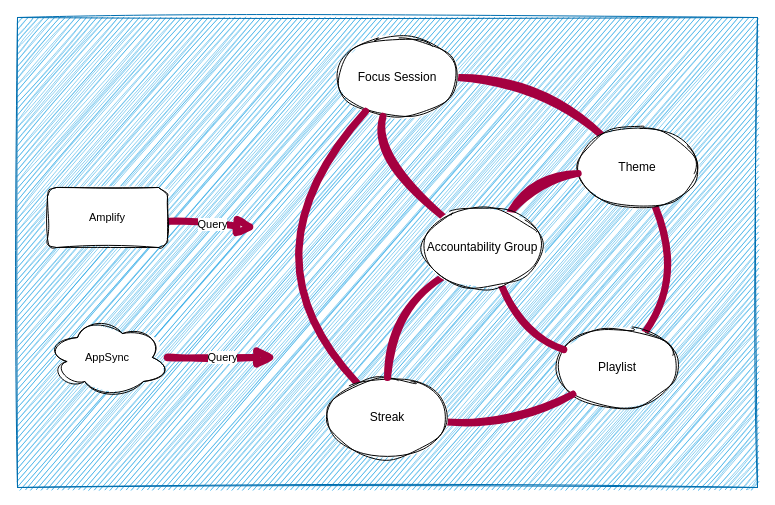
The draw.io diagram lab/focus-flow-schema.drawio in brfisher-neumont/graphql-lab, before the edit. Source tidied: cells renumbered, new cells numbered last; positions are measured from the earlier drawing's top-left corner, leaving out a move shared by most shapes. Both pictures are drawn from the tidied source at 100%, with x=0, y=0 at pixel (17, 17).
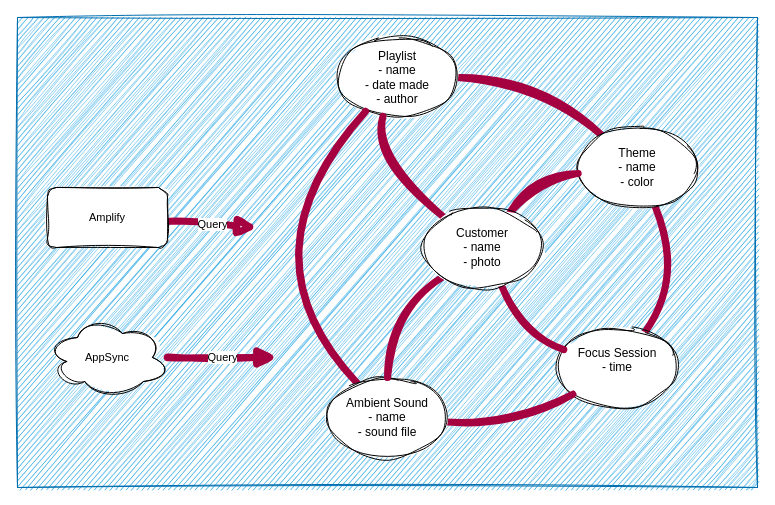
Above is the later version.

Change to the diagram source:
```diff
@@
-    <mxCell id="4" value="Focus Session" style="ellipse;whiteSpace=wrap;html=1;sketch=1;curveFitting=1;jiggle=2;" parent="1" vertex="1">
+    <mxCell id="4" value="Playlist&lt;div&gt;- name&lt;/div&gt;&lt;div&gt;- date made&lt;/div&gt;&lt;div&gt;- author&lt;/div&gt;" style="ellipse;whiteSpace=wrap;html=1;sketch=1;curveFitting=1;jiggle=2;" parent="1" vertex="1">
       <mxGeometry x="320" y="20" width="120" height="80" as="geometry" />
     </mxCell>
@@
-    <mxCell id="6" value="Theme" style="ellipse;whiteSpace=wrap;html=1;sketch=1;curveFitting=1;jiggle=2;" parent="1" vertex="1">
+    <mxCell id="6" value="Theme&lt;div&gt;- name&lt;/div&gt;&lt;div&gt;- color&lt;/div&gt;" style="ellipse;whiteSpace=wrap;html=1;sketch=1;curveFitting=1;jiggle=2;" parent="1" vertex="1">
       <mxGeometry x="560" y="110" width="120" height="80" as="geometry" />
     </mxCell>
-    <mxCell id="7" value="Playlist" style="ellipse;whiteSpace=wrap;html=1;sketch=1;curveFitting=1;jiggle=2;" parent="1" vertex="1">
+    <mxCell id="7" value="Focus Session&lt;div&gt;- time&lt;/div&gt;&lt;div&gt;&lt;br&gt;&lt;/div&gt;" style="ellipse;whiteSpace=wrap;html=1;sketch=1;curveFitting=1;jiggle=2;" parent="1" vertex="1">
       <mxGeometry x="540" y="310" width="120" height="80" as="geometry" />
     </mxCell>
@@
-    <mxCell id="10" value="Streak" style="ellipse;whiteSpace=wrap;html=1;sketch=1;curveFitting=1;jiggle=2;" parent="1" vertex="1">
+    <mxCell id="10" value="Ambient Sound&lt;div&gt;- name&lt;/div&gt;&lt;div&gt;- sound file&lt;/div&gt;" style="ellipse;whiteSpace=wrap;html=1;sketch=1;curveFitting=1;jiggle=2;" parent="1" vertex="1">
       <mxGeometry x="310" y="360" width="120" height="80" as="geometry" />
     </mxCell>
@@
-    <mxCell id="15" value="Accountability Group" style="ellipse;whiteSpace=wrap;html=1;sketch=1;curveFitting=1;jiggle=2;" parent="1" vertex="1">
+    <mxCell id="15" value="Customer&lt;div&gt;- name&lt;/div&gt;&lt;div&gt;- photo&lt;/div&gt;" style="ellipse;whiteSpace=wrap;html=1;sketch=1;curveFitting=1;jiggle=2;" parent="1" vertex="1">
       <mxGeometry x="405" y="190" width="120" height="80" as="geometry" />
     </mxCell>
```
